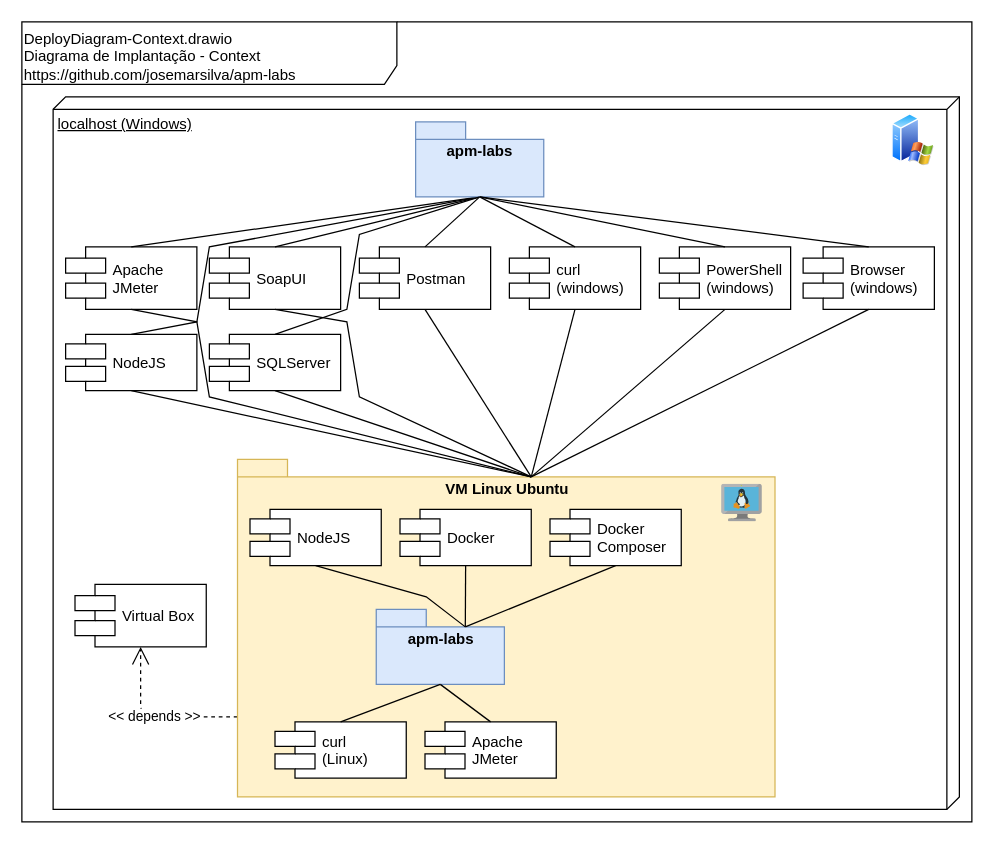
This is doc/DeployDiagram-Context.drawio from josemarsilva/apm-labs, a draw.io file, before an edit. Source tidied: cells renumbered, new cells numbered last; positions are measured from the earlier drawing's top-left corner, leaving out a move shared by most shapes. Both pictures are drawn from the tidied source at 125%, with x=0, y=0 at pixel (21, 21).
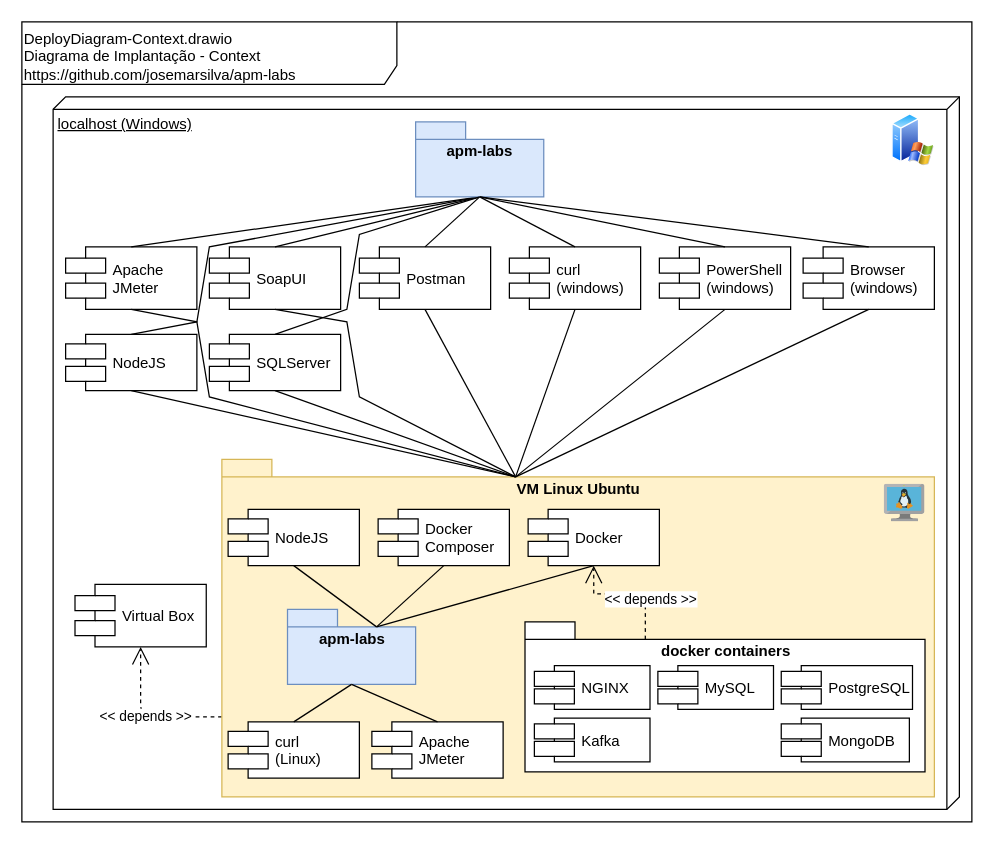
Above is the later version.

The edit, as a diff of the source:
```diff
@@
     <mxCell id="6" value="VM Linux Ubuntu" style="shape=folder;fontStyle=1;spacingTop=10;tabWidth=40;tabHeight=14;tabPosition=left;html=1;verticalAlign=top;fillColor=#fff2cc;strokeColor=#d6b656;" parent="1" vertex="1">
-      <mxGeometry x="172.5" y="350" width="430" height="270" as="geometry" />
+      <mxGeometry x="160" y="350" width="570" height="270" as="geometry" />
     </mxCell>
     <mxCell id="7" value="NodeJS" style="shape=component;align=left;spacingLeft=36;" parent="1" vertex="1">
-      <mxGeometry x="182.5" y="390" width="105" height="45" as="geometry" />
+      <mxGeometry x="165" y="390" width="105" height="45" as="geometry" />
     </mxCell>
-    <mxCell id="8" value="Docker" style="shape=component;align=left;spacingLeft=36;" parent="1" vertex="1">
-      <mxGeometry x="302.5" y="390" width="105" height="45" as="geometry" />
+    <mxCell id="8" value="Docker &#10;Composer" style="shape=component;align=left;spacingLeft=36;" parent="1" vertex="1">
+      <mxGeometry x="285" y="390" width="105" height="45" as="geometry" />
     </mxCell>
-    <mxCell id="9" value="Docker &#10;Composer" style="shape=component;align=left;spacingLeft=36;" parent="1" vertex="1">
-      <mxGeometry x="422.5" y="390" width="105" height="45" as="geometry" />
+    <mxCell id="9" value="Docker" style="shape=component;align=left;spacingLeft=36;" parent="1" vertex="1">
+      <mxGeometry x="405" y="390" width="105" height="45" as="geometry" />
     </mxCell>
     <mxCell id="10" value="apm-labs" style="shape=folder;fontStyle=1;spacingTop=10;tabWidth=40;tabHeight=14;tabPosition=left;html=1;verticalAlign=top;fillColor=#dae8fc;strokeColor=#6c8ebf;" parent="1" vertex="1">
-      <mxGeometry x="283.5" y="470" width="102.5" height="60" as="geometry" />
+      <mxGeometry x="212.5" y="470" width="102.5" height="60" as="geometry" />
     </mxCell>
@@
     <mxCell id="14" value="curl&#10;(Linux)" style="shape=component;align=left;spacingLeft=36;" parent="1" vertex="1">
-      <mxGeometry x="202.5" y="560" width="105" height="45" as="geometry" />
+      <mxGeometry x="165" y="560" width="105" height="45" as="geometry" />
     </mxCell>
@@
     <mxCell id="16" value="Apache&#10;JMeter" style="shape=component;align=left;spacingLeft=36;" parent="1" vertex="1">
-      <mxGeometry x="322.5" y="560" width="105" height="45" as="geometry" />
+      <mxGeometry x="280" y="560" width="105" height="45" as="geometry" />
     </mxCell>
     <mxCell id="17" style="endArrow=none;startArrow=none;endFill=0;startFill=0;html=1;exitX=0.5;exitY=1;exitDx=0;exitDy=0;entryX=0;entryY=0;entryDx=71.25;entryDy=14;entryPerimeter=0;rounded=0;" parent="1" edge="1" source="7" target="10">
-      <mxGeometry relative="1" as="geometry">
-        <Array as="points">
-          <mxPoint x="323.5" y="460" />
-        </Array>
-      </mxGeometry>
+      <mxGeometry relative="1" as="geometry" />
     </mxCell>
@@
     <mxCell id="32" style="html=1;align=center;image;fontSize=12;image=img/lib/mscae/VM_Linux.svg;" parent="1" vertex="1">
-      <mxGeometry x="559.9" y="370" width="32.6" height="30" as="geometry" />
+      <mxGeometry x="690" y="370" width="32.6" height="30" as="geometry" />
     </mxCell>
@@
+    <mxCell id="45" value="docker containers" style="shape=folder;fontStyle=1;spacingTop=10;tabWidth=40;tabHeight=14;tabPosition=left;html=1;verticalAlign=top;" parent="1" vertex="1">
+      <mxGeometry x="402.5" y="480" width="320" height="120" as="geometry" />
+    </mxCell>
+    <mxCell id="46" value="&amp;lt;&amp;lt; depends &amp;gt;&amp;gt;" style="endArrow=open;endSize=12;dashed=1;html=1;exitX=0;exitY=0;exitDx=96.25;exitDy=14;exitPerimeter=0;edgeStyle=orthogonalEdgeStyle;rounded=0;" parent="1" edge="1" source="45" target="9">
+      <mxGeometry x="-0.37" y="-4" relative="1" as="geometry" />
+    </mxCell>
+    <mxCell id="47" value="NGINX" style="shape=component;align=left;spacingLeft=36;" parent="1" vertex="1">
+      <mxGeometry x="410" y="515" width="92.5" height="35" as="geometry" />
+    </mxCell>
+    <mxCell id="48" value="PostgreSQL" style="shape=component;align=left;spacingLeft=36;" parent="1" vertex="1">
+      <mxGeometry x="607.5" y="515" width="105" height="35" as="geometry" />
+    </mxCell>
+    <mxCell id="49" value="MySQL" style="shape=component;align=left;spacingLeft=36;" parent="1" vertex="1">
+      <mxGeometry x="508.8" y="515" width="92.5" height="35" as="geometry" />
+    </mxCell>
+    <mxCell id="50" value="Kafka" style="shape=component;align=left;spacingLeft=36;" parent="1" vertex="1">
+      <mxGeometry x="410" y="557" width="92.5" height="35" as="geometry" />
+    </mxCell>
+    <mxCell id="51" value="MongoDB" style="shape=component;align=left;spacingLeft=36;" parent="1" vertex="1">
+      <mxGeometry x="607.5" y="557" width="102.5" height="35" as="geometry" />
+    </mxCell>
```
